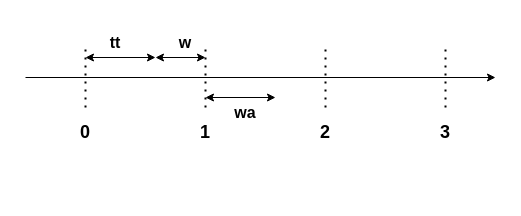
This is timing.drawio from chinjyanson/SmartGrid, a draw.io file, before an edit. Source tidied: cells renumbered, new cells numbered last; positions are measured from the earlier drawing's top-left corner, leaving out a move shared by most shapes. Both pictures are drawn from the tidied source at 100%, with x=0, y=0 at pixel (25, 27).
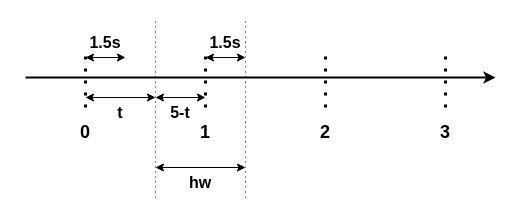
The same page after the edit.

Diff of the diagram source:
```diff
@@
-    <mxCell id="2" style="endArrow=classic;html=1;rounded=0;" parent="1" edge="1">
+    <mxCell id="2" style="endArrow=classic;html=1;rounded=0;strokeWidth=2;" parent="1" edge="1">
       <mxGeometry relative="1" as="geometry">
         <mxPoint y="50" as="sourcePoint" />
         <mxPoint x="470" y="50" as="targetPoint" />
       </mxGeometry>
     </mxCell>
-    <mxCell id="3" style="endArrow=none;dashed=1;html=1;dashPattern=1 3;strokeWidth=2;rounded=0;" parent="1" edge="1">
+    <mxCell id="3" style="endArrow=none;dashed=1;html=1;dashPattern=1 3;strokeWidth=3;rounded=0;" parent="1" edge="1">
       <mxGeometry relative="1" as="geometry">
         <mxPoint x="60" y="80" as="sourcePoint" />
         <mxPoint x="60" y="20" as="targetPoint" />
       </mxGeometry>
     </mxCell>
-    <mxCell id="4" style="endArrow=none;dashed=1;html=1;dashPattern=1 3;strokeWidth=2;rounded=0;" parent="1" edge="1">
+    <mxCell id="4" style="endArrow=none;dashed=1;html=1;dashPattern=1 3;strokeWidth=3;rounded=0;" parent="1" edge="1">
       <mxGeometry relative="1" as="geometry">
         <mxPoint x="180" y="80" as="sourcePoint" />
         <mxPoint x="180" y="20" as="targetPoint" />
       </mxGeometry>
     </mxCell>
-    <mxCell id="5" style="endArrow=none;dashed=1;html=1;dashPattern=1 3;strokeWidth=2;rounded=0;" parent="1" edge="1">
+    <mxCell id="5" style="endArrow=none;dashed=1;html=1;dashPattern=1 3;strokeWidth=3;rounded=0;" parent="1" edge="1">
       <mxGeometry relative="1" as="geometry">
         <mxPoint x="300" y="80" as="sourcePoint" />
         <mxPoint x="300" y="20" as="targetPoint" />
       </mxGeometry>
     </mxCell>
-    <mxCell id="6" style="endArrow=none;dashed=1;html=1;dashPattern=1 3;strokeWidth=2;rounded=0;" parent="1" edge="1">
+    <mxCell id="6" style="endArrow=none;dashed=1;html=1;dashPattern=1 3;strokeWidth=3;rounded=0;" parent="1" edge="1">
       <mxGeometry relative="1" as="geometry">
         <mxPoint x="420" y="80" as="sourcePoint" />
         <mxPoint x="420" y="20" as="targetPoint" />
       </mxGeometry>
     </mxCell>
@@
-    <mxCell id="11" style="endArrow=classic;startArrow=classic;html=1;rounded=0;" parent="1" edge="1">
+    <mxCell id="11" style="endArrow=classic;startArrow=classic;html=1;rounded=0;entryX=1;entryY=1;entryDx=0;entryDy=0;" parent="1" edge="1" target="14">
       <mxGeometry relative="1" as="geometry">
         <mxPoint x="60" y="30" as="sourcePoint" />
-        <mxPoint x="130" y="30" as="targetPoint" />
       </mxGeometry>
     </mxCell>
     <mxCell id="12" style="endArrow=classic;startArrow=classic;html=1;rounded=0;" parent="1" edge="1">
       <mxGeometry relative="1" as="geometry">
-        <mxPoint x="130" y="30" as="sourcePoint" />
-        <mxPoint x="180" y="30" as="targetPoint" />
+        <mxPoint x="130" y="140" as="sourcePoint" />
+        <mxPoint x="220" y="140" as="targetPoint" />
       </mxGeometry>
     </mxCell>
-    <mxCell id="13" style="endArrow=classic;startArrow=classic;html=1;rounded=0;entryX=1;entryY=0;entryDx=0;entryDy=0;" parent="1" edge="1" target="16">
-      <mxGeometry relative="1" as="geometry">
-        <mxPoint x="180" y="70" as="sourcePoint" />
-      </mxGeometry>
-    </mxCell>
-    <mxCell id="14" value="&lt;font style=&quot;font-size: 16px;&quot;&gt;&lt;b&gt;tt&lt;/b&gt;&lt;/font&gt;" style="text;html=1;align=center;verticalAlign=middle;whiteSpace=wrap;rounded=0;" parent="1" vertex="1">
-      <mxGeometry x="60" width="60" height="30" as="geometry" />
+    <mxCell id="14" value="&lt;span style=&quot;font-size: 16px;&quot;&gt;&lt;b&gt;1.5s&lt;/b&gt;&lt;/span&gt;" style="text;html=1;align=center;verticalAlign=middle;whiteSpace=wrap;rounded=0;" parent="1" vertex="1">
+      <mxGeometry x="60" width="40" height="30" as="geometry" />
     </mxCell>
-    <mxCell id="15" value="&lt;span style=&quot;font-size: 16px;&quot;&gt;&lt;b&gt;w&lt;/b&gt;&lt;/span&gt;" style="text;html=1;align=center;verticalAlign=middle;whiteSpace=wrap;rounded=0;" parent="1" vertex="1">
-      <mxGeometry x="130" width="60" height="30" as="geometry" />
+    <mxCell id="15" value="&lt;span style=&quot;font-size: 16px;&quot;&gt;&lt;b&gt;t&lt;/b&gt;&lt;/span&gt;" style="text;html=1;align=center;verticalAlign=middle;whiteSpace=wrap;rounded=0;" parent="1" vertex="1">
+      <mxGeometry x="70" y="70" width="50" height="30" as="geometry" />
     </mxCell>
-    <mxCell id="16" value="&lt;span style=&quot;font-size: 16px;&quot;&gt;&lt;b&gt;wa&lt;/b&gt;&lt;/span&gt;" style="text;html=1;align=center;verticalAlign=middle;whiteSpace=wrap;rounded=0;" parent="1" vertex="1">
-      <mxGeometry x="190" y="70" width="60" height="30" as="geometry" />
-    </mxCell>
+    <mxCell id="17" style="endArrow=classic;startArrow=classic;html=1;rounded=0;entryX=1;entryY=1;entryDx=0;entryDy=0;" parent="1" edge="1" target="18">
+      <mxGeometry relative="1" as="geometry">
+        <mxPoint x="180" y="30" as="sourcePoint" />
+      </mxGeometry>
+    </mxCell>
+    <mxCell id="18" value="&lt;span style=&quot;font-size: 16px;&quot;&gt;&lt;b&gt;1.5s&lt;/b&gt;&lt;/span&gt;" style="text;html=1;align=center;verticalAlign=middle;whiteSpace=wrap;rounded=0;" parent="1" vertex="1">
+      <mxGeometry x="180" width="40" height="30" as="geometry" />
+    </mxCell>
+    <mxCell id="19" style="endArrow=classic;startArrow=classic;html=1;rounded=0;" parent="1" edge="1">
+      <mxGeometry relative="1" as="geometry">
+        <mxPoint x="60" y="70" as="sourcePoint" />
+        <mxPoint x="130" y="70" as="targetPoint" />
+      </mxGeometry>
+    </mxCell>
+    <mxCell id="20" style="endArrow=classic;startArrow=classic;html=1;rounded=0;" parent="1" edge="1">
+      <mxGeometry relative="1" as="geometry">
+        <mxPoint x="130" y="70" as="sourcePoint" />
+        <mxPoint x="180" y="70" as="targetPoint" />
+      </mxGeometry>
+    </mxCell>
+    <mxCell id="21" style="endArrow=none;dashed=1;html=1;rounded=0;dashPattern=1 4;" parent="1" edge="1">
+      <mxGeometry relative="1" as="geometry">
+        <mxPoint x="130" y="170" as="sourcePoint" />
+        <mxPoint x="130" y="-10" as="targetPoint" />
+      </mxGeometry>
+    </mxCell>
+    <mxCell id="22" style="endArrow=none;dashed=1;html=1;rounded=0;dashPattern=1 4;" parent="1" edge="1">
+      <mxGeometry relative="1" as="geometry">
+        <mxPoint x="220" y="170" as="sourcePoint" />
+        <mxPoint x="220" y="-10" as="targetPoint" />
+      </mxGeometry>
+    </mxCell>
+    <mxCell id="23" value="&lt;span style=&quot;font-size: 16px;&quot;&gt;&lt;b&gt;5-t&lt;/b&gt;&lt;/span&gt;" style="text;html=1;align=center;verticalAlign=middle;whiteSpace=wrap;rounded=0;" parent="1" vertex="1">
+      <mxGeometry x="130" y="70" width="50" height="30" as="geometry" />
+    </mxCell>
+    <mxCell id="24" value="&lt;span style=&quot;font-size: 16px;&quot;&gt;&lt;b&gt;hw&lt;/b&gt;&lt;/span&gt;" style="text;html=1;align=center;verticalAlign=middle;whiteSpace=wrap;rounded=0;" parent="1" vertex="1">
+      <mxGeometry x="150" y="140" width="50" height="30" as="geometry" />
+    </mxCell>
```
